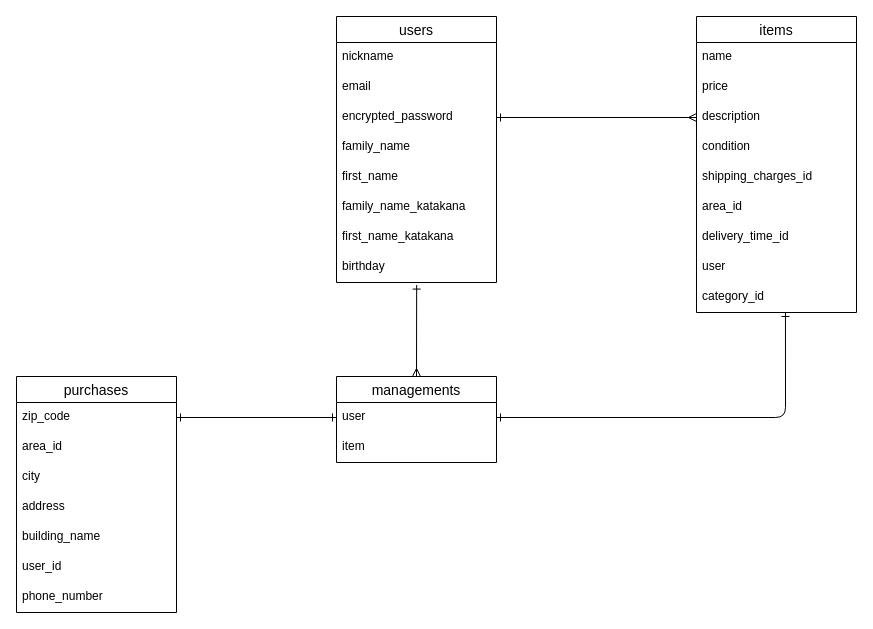
knskymsk/furima-39348 keeps this draw.io diagram as furima.dio. Above is the earlier version. Source tidied: cells renumbered, new cells numbered last; positions are measured from the earlier drawing's top-left corner, leaving out a move shared by most shapes. Both pictures are drawn from the tidied source at 100%, with x=0, y=0 at pixel (16, 16).
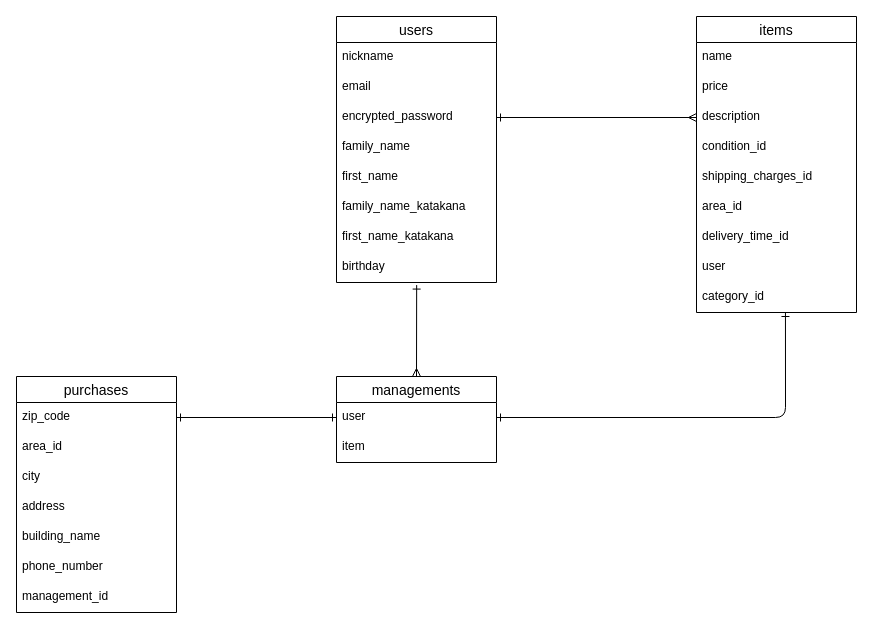
The same diagram, later.

Commit message (it also covers changes not shown here):
アソシエーション　変更

Unchanged cells that the change refers to:
```xml
<mxCell id="11" value="items" style="swimlane;fontStyle=0;horizontal=1;startSize=26;align=center;fontSize=14;" parent="1" vertex="1">
  <mxGeometry x="680" width="160" height="296" as="geometry" />
</mxCell>
<mxCell id="21" value="purchases" style="swimlane;fontStyle=0;horizontal=1;startSize=26;align=center;fontSize=14;" parent="1" vertex="1">
  <mxGeometry y="360" width="160" height="236" as="geometry" />
</mxCell>
```

Diff of the diagram source:
```diff
@@
-    <mxCell id="15" value="condition" style="text;strokeColor=none;fillColor=none;spacingLeft=4;spacingRight=4;overflow=hidden;fontSize=12;" parent="11" vertex="1">
+    <mxCell id="15" value="condition_id" style="text;strokeColor=none;fillColor=none;spacingLeft=4;spacingRight=4;overflow=hidden;fontSize=12;" parent="11" vertex="1">
       <mxGeometry y="116" width="160" height="30" as="geometry" />
     </mxCell>
@@
+    <mxCell id="28" value="phone_number" style="text;strokeColor=none;fillColor=none;spacingLeft=4;spacingRight=4;overflow=hidden;fontSize=12;" parent="21" vertex="1">
+      <mxGeometry y="176" width="160" height="30" as="geometry" />
+    </mxCell>
-    <mxCell id="27" value="user_id" style="text;strokeColor=none;fillColor=none;spacingLeft=4;spacingRight=4;overflow=hidden;fontSize=12;" parent="21" vertex="1">
-      <mxGeometry y="176" width="160" height="30" as="geometry" />
+    <mxCell id="27" value="management_id" style="text;strokeColor=none;fillColor=none;spacingLeft=4;spacingRight=4;overflow=hidden;fontSize=12;" parent="21" vertex="1">
+      <mxGeometry y="206" width="160" height="30" as="geometry" />
     </mxCell>
-    <mxCell id="28" value="phone_number" style="text;strokeColor=none;fillColor=none;spacingLeft=4;spacingRight=4;overflow=hidden;fontSize=12;" parent="21" vertex="1">
-      <mxGeometry y="206" width="160" height="30" as="geometry" />
-    </mxCell>
```
